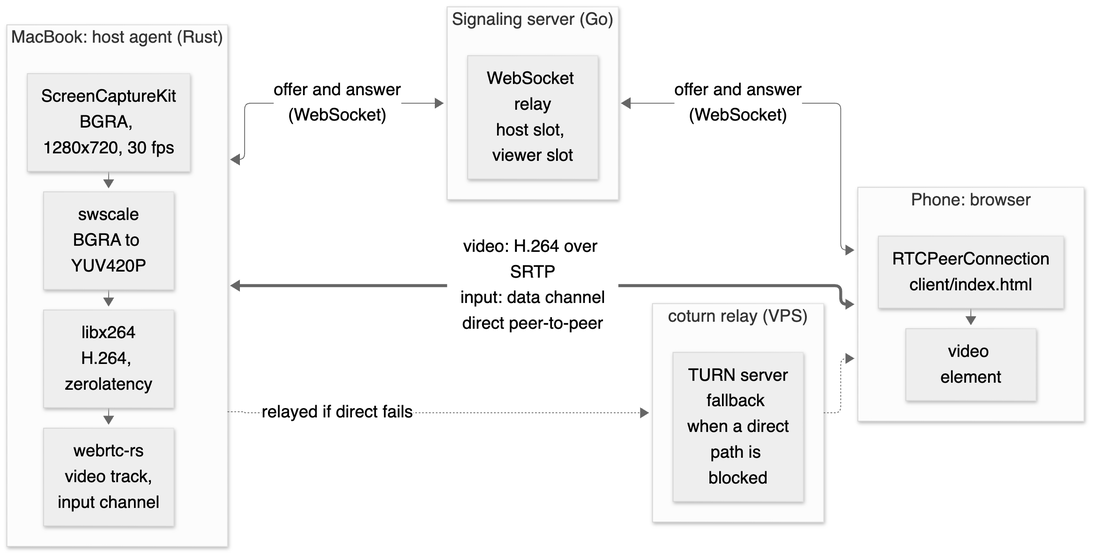
The Mermaid diagram docs/diagrams/architecture.png in AbhishekS-06/RemoteBridge, before a commit. Its source is kept beside it as docs/diagrams/architecture.mmd.
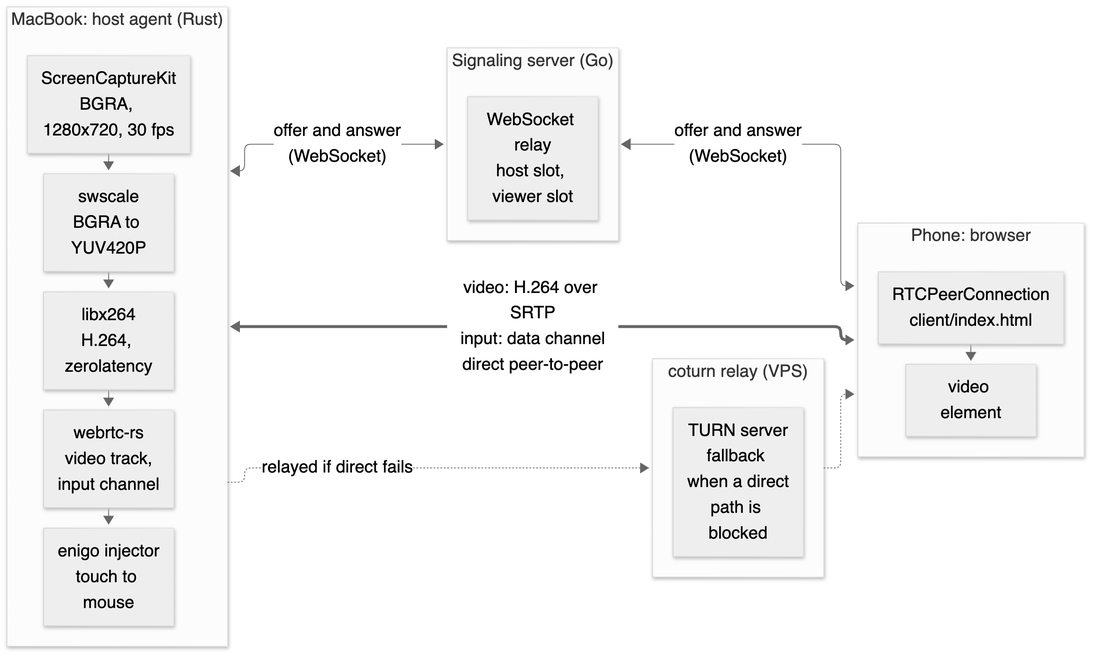
After the change.

Change to the diagram source:
```diff
@@ -5,7 +5,9 @@
         SCALE["swscale<br/>BGRA to YUV420P"]
         ENC["libx264<br/>H.264, zerolatency"]
         TRACK["webrtc-rs<br/>video track,<br/>input channel"]
+        INJ["enigo injector<br/>touch to mouse"]
         CAP --> SCALE --> ENC --> TRACK
+        TRACK --> INJ
     end
 
     subgraph Server["Signaling server (Go)"]
```
